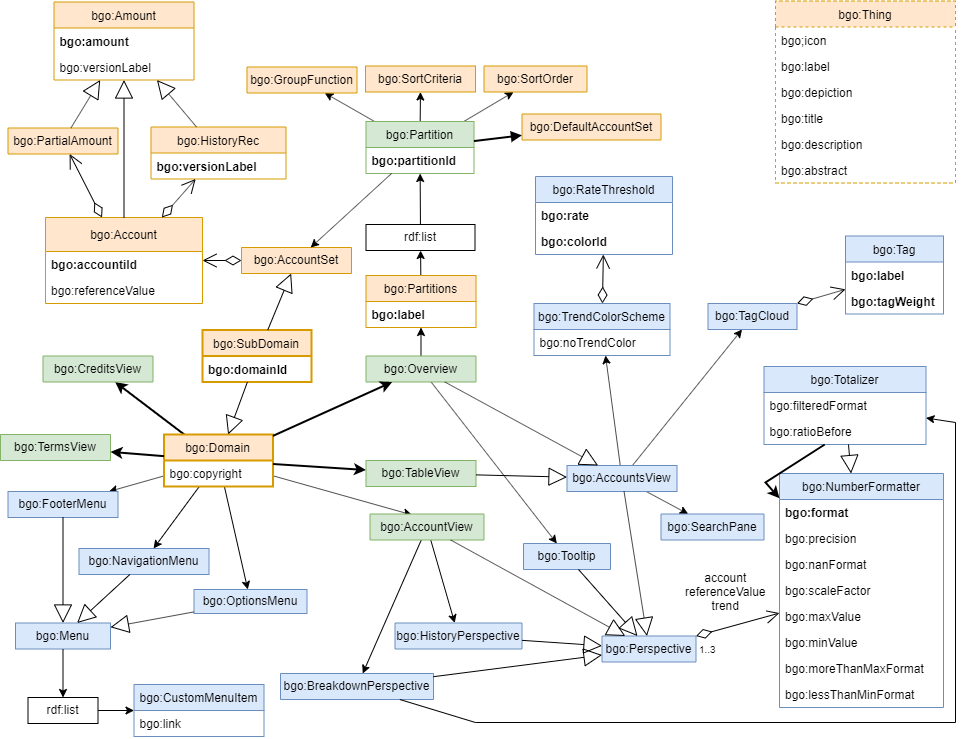
linkeddatacenter/LODMAP-ontologies keeps this draw.io diagram as v1/bgo/doc/uml-diagram.png. Above is the earlier version. Source tidied: cells renumbered, new cells last; positions are measured from the earlier drawing's top-left corner, leaving out a move shared by most shapes.
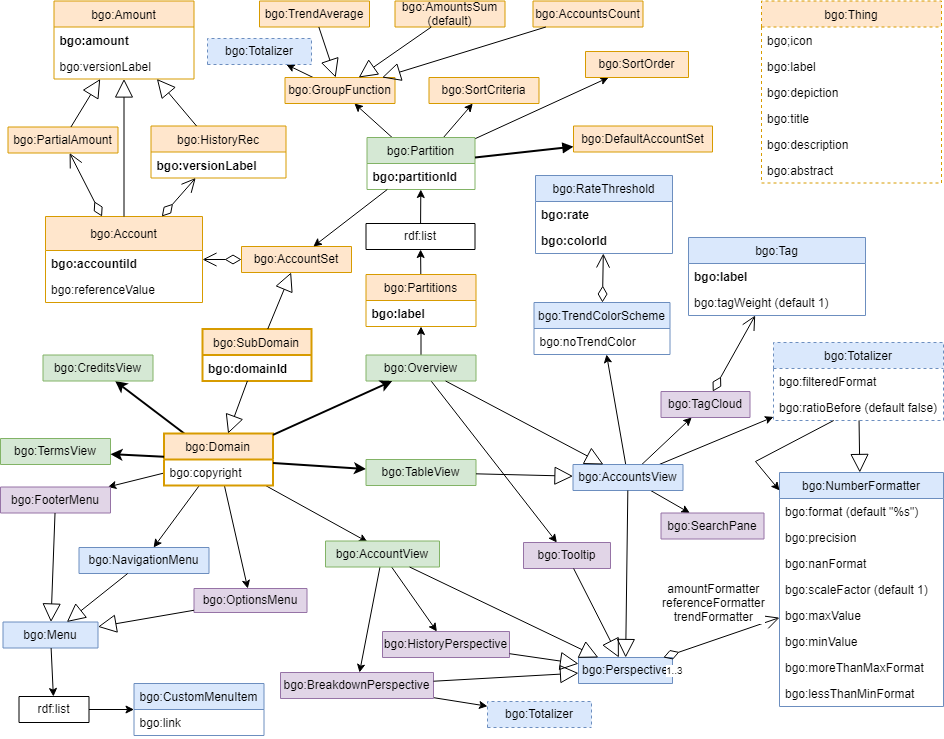
Later version of the same file.

The edit, as a diff of the source:
```diff
@@ -45,7 +45,7 @@
       <mxGeometry x="-0.05" y="-7" relative="1" as="geometry" />
     </mxCell>
     <mxCell id="16" value="bgo:Thing" style="swimlane;fontStyle=0;horizontal=1;startSize=26;fillColor=#ffe6cc;swimlaneFillColor=#ffffff;strokeColor=#d79b00;dashed=1;" parent="1" vertex="1">
-      <mxGeometry x="775" y="0.5" width="180" height="182" as="geometry" />
+      <mxGeometry x="761" y="1.5" width="180" height="182" as="geometry" />
     </mxCell>
     <mxCell id="17" value="bgo;icon" style="text;strokeColor=none;fillColor=none;align=left;verticalAlign=top;spacingLeft=4;spacingRight=4;overflow=hidden;dashed=1;" parent="16" vertex="1">
       <mxGeometry y="26" width="180" height="26" as="geometry" />
@@ -124,7 +124,7 @@
       <mxGeometry relative="1" as="geometry" />
     </mxCell>
     <mxCell id="41" value="bgo:Partition" style="swimlane;fontStyle=0;horizontal=1;startSize=26;fillColor=#d5e8d4;swimlaneFillColor=#ffffff;strokeColor=#82b366;" parent="1" vertex="1">
-      <mxGeometry x="365.5" y="121" width="108" height="52" as="geometry" />
+      <mxGeometry x="366.5" y="138" width="108" height="52" as="geometry" />
     </mxCell>
     <mxCell id="42" value="bgo:partitionId" style="text;strokeColor=none;fillColor=none;align=left;verticalAlign=top;spacingLeft=4;spacingRight=4;overflow=hidden;fontStyle=1;" parent="41" vertex="1">
       <mxGeometry y="26" width="108" height="26" as="geometry" />
@@ -135,17 +135,20 @@
     <mxCell id="44" style="html=1;align=left;verticalAlign=bottom;labelBackgroundColor=#ffffff;fontSize=10;" parent="43" vertex="1">
       <mxGeometry x="-1" relative="1" as="geometry" />
     </mxCell>
+    <mxCell id="137" style="edgeStyle=none;rounded=0;jettySize=auto;html=1;" parent="1" edge="1" source="45" target="141">
+      <mxGeometry relative="1" as="geometry" />
+    </mxCell>
     <mxCell id="45" value="bgo:GroupFunction" style="swimlane;fontStyle=0;horizontal=1;startSize=26;fillColor=#ffe6cc;swimlaneFillColor=#ffffff;strokeColor=#d79b00;" parent="1" vertex="1" collapsed="1">
-      <mxGeometry x="246.5" y="66.5" width="110" height="26" as="geometry" />
+      <mxGeometry x="284.5" y="78" width="110" height="26" as="geometry" />
     </mxCell>
     <mxCell id="46" value="bgo:SortCriteria" style="swimlane;fontStyle=0;horizontal=1;startSize=26;fillColor=#ffe6cc;swimlaneFillColor=#ffffff;strokeColor=#d79b00;" parent="1" vertex="1" collapsed="1">
-      <mxGeometry x="365" y="65.5" width="110" height="26" as="geometry" />
+      <mxGeometry x="428.5" y="78" width="110" height="26" as="geometry" />
     </mxCell>
     <mxCell id="47" value="bgo:SortOrder" style="swimlane;fontStyle=0;horizontal=1;startSize=26;fillColor=#ffe6cc;swimlaneFillColor=#ffffff;strokeColor=#d79b00;" parent="1" vertex="1" collapsed="1">
-      <mxGeometry x="483.5" y="65.5" width="103" height="26" as="geometry" />
+      <mxGeometry x="585" y="52" width="103" height="26" as="geometry" />
     </mxCell>
     <mxCell id="48" value="bgo:DefaultAccountSet" style="swimlane;fontStyle=0;horizontal=1;startSize=26;fillColor=#ffe6cc;swimlaneFillColor=#ffffff;strokeColor=#d79b00;" parent="1" vertex="1" collapsed="1">
-      <mxGeometry x="521.5" y="113.5" width="139" height="26" as="geometry" />
+      <mxGeometry x="573" y="126.5" width="139" height="26" as="geometry" />
     </mxCell>
     <mxCell id="49" style="edgeStyle=none;rounded=0;jettySize=auto;html=1;" parent="1" edge="1" source="54" target="74">
       <mxGeometry relative="1" as="geometry" />
@@ -162,29 +165,32 @@
     <mxCell id="53" style="edgeStyle=none;rounded=0;jettySize=auto;html=1;" parent="1" edge="1" source="54" target="72">
       <mxGeometry relative="1" as="geometry" />
     </mxCell>
+    <mxCell id="138" style="edgeStyle=none;rounded=0;jettySize=auto;html=1;" parent="1" edge="1" source="54" target="116">
+      <mxGeometry relative="1" as="geometry" />
+    </mxCell>
     <mxCell id="54" value="bgo:AccountsView" style="swimlane;fontStyle=0;horizontal=1;startSize=26;fillColor=#dae8fc;swimlaneFillColor=#ffffff;strokeColor=#6c8ebf;" parent="1" vertex="1" collapsed="1">
-      <mxGeometry x="566.5" y="465" width="110" height="26" as="geometry" />
+      <mxGeometry x="572.5" y="465" width="110" height="26" as="geometry" />
     </mxCell>
-    <mxCell id="55" value="bgo:HistoryPerspective" style="swimlane;fontStyle=0;horizontal=1;startSize=26;fillColor=#dae8fc;swimlaneFillColor=#ffffff;strokeColor=#6c8ebf;" parent="1" vertex="1" collapsed="1">
-      <mxGeometry x="394.5" y="622.5" width="127" height="26" as="geometry" />
+    <mxCell id="55" value="bgo:HistoryPerspective" style="swimlane;fontStyle=0;horizontal=1;startSize=26;fillColor=#e1d5e7;swimlaneFillColor=#ffffff;strokeColor=#9673a6;" parent="1" vertex="1" collapsed="1">
+      <mxGeometry x="382" y="632" width="127" height="26" as="geometry" />
     </mxCell>
     <mxCell id="56" value="bgo:CreditsView" style="swimlane;fontStyle=0;horizontal=1;startSize=26;fillColor=#d5e8d4;swimlaneFillColor=#ffffff;strokeColor=#82b366;" parent="1" vertex="1" collapsed="1">
       <mxGeometry x="42.5" y="355.5" width="110" height="26" as="geometry" />
     </mxCell>
     <mxCell id="57" value="bgo:TermsView" style="swimlane;fontStyle=0;horizontal=1;startSize=26;fillColor=#d5e8d4;swimlaneFillColor=#ffffff;strokeColor=#82b366;" parent="1" vertex="1" collapsed="1">
-      <mxGeometry y="434" width="110" height="26" as="geometry" />
+      <mxGeometry y="439" width="110" height="26" as="geometry" />
     </mxCell>
     <mxCell id="58" value="bgo:NavigationMenu" style="swimlane;fontStyle=0;horizontal=1;startSize=26;fillColor=#dae8fc;swimlaneFillColor=#ffffff;strokeColor=#6c8ebf;" parent="1" vertex="1" collapsed="1">
       <mxGeometry x="78.5" y="548" width="130" height="26" as="geometry" />
     </mxCell>
-    <mxCell id="59" value="bgo:OptionsMenu" style="swimlane;fontStyle=0;horizontal=1;startSize=26;fillColor=#dae8fc;swimlaneFillColor=#ffffff;strokeColor=#6c8ebf;" parent="1" vertex="1" collapsed="1">
+    <mxCell id="59" value="bgo:OptionsMenu" style="swimlane;fontStyle=0;horizontal=1;startSize=26;fillColor=#e1d5e7;swimlaneFillColor=#ffffff;strokeColor=#9673a6;" parent="1" vertex="1" collapsed="1">
       <mxGeometry x="193.5" y="589" width="113" height="24" as="geometry" />
     </mxCell>
-    <mxCell id="60" value="bgo:FooterMenu" style="swimlane;fontStyle=0;horizontal=1;startSize=26;fillColor=#dae8fc;swimlaneFillColor=#ffffff;strokeColor=#6c8ebf;" parent="1" vertex="1" collapsed="1">
-      <mxGeometry x="7.5" y="491" width="110" height="26" as="geometry" />
+    <mxCell id="60" value="bgo:FooterMenu" style="swimlane;fontStyle=0;horizontal=1;startSize=26;fillColor=#e1d5e7;swimlaneFillColor=#ffffff;strokeColor=#9673a6;" parent="1" vertex="1" collapsed="1">
+      <mxGeometry y="487.5" width="110" height="26" as="geometry" />
     </mxCell>
     <mxCell id="61" value="bgo:Menu" style="swimlane;fontStyle=0;horizontal=1;startSize=26;fillColor=#dae8fc;swimlaneFillColor=#ffffff;strokeColor=#6c8ebf;" parent="1" vertex="1" collapsed="1">
-      <mxGeometry x="15" y="622.5" width="95" height="26" as="geometry" />
+      <mxGeometry x="2.5" y="622.5" width="95" height="26" as="geometry" />
     </mxCell>
     <mxCell id="62" style="endArrow=block;endSize=16;endFill=0;html=1;" parent="1" edge="1" source="59" target="61">
       <mxGeometry relative="1" as="geometry" />
@@ -205,7 +211,7 @@
       <mxGeometry relative="1" as="geometry" />
     </mxCell>
     <mxCell id="68" value="rdf:list" style="swimlane;fontStyle=0;horizontal=1;startSize=26;swimlaneFillColor=#ffffff;" parent="1" vertex="1" collapsed="1">
-      <mxGeometry x="27.5" y="697" width="70" height="26" as="geometry" />
+      <mxGeometry x="18.5" y="697" width="70" height="26" as="geometry" />
     </mxCell>
     <mxCell id="69" style="rounded=0;jettySize=auto;html=1;" parent="1" edge="1" source="61" target="68">
       <mxGeometry relative="1" as="geometry" />
@@ -216,11 +222,11 @@
     <mxCell id="71" value="bgo:link" style="text;strokeColor=none;fillColor=none;align=left;verticalAlign=top;spacingLeft=4;spacingRight=4;overflow=hidden;dashed=1;" parent="70" vertex="1">
       <mxGeometry y="26" width="130" height="26" as="geometry" />
     </mxCell>
-    <mxCell id="72" value="bgo:SearchPane" style="swimlane;fontStyle=0;horizontal=1;startSize=26;fillColor=#dae8fc;swimlaneFillColor=#ffffff;strokeColor=#6c8ebf;" parent="1" vertex="1" collapsed="1">
+    <mxCell id="72" value="bgo:SearchPane" style="swimlane;fontStyle=0;horizontal=1;startSize=26;fillColor=#e1d5e7;swimlaneFillColor=#ffffff;strokeColor=#9673a6;" parent="1" vertex="1" collapsed="1">
       <mxGeometry x="660.5" y="513.5" width="103" height="26" as="geometry" />
     </mxCell>
-    <mxCell id="73" value="bgo:TagCloud" style="swimlane;fontStyle=0;horizontal=1;startSize=26;fillColor=#dae8fc;swimlaneFillColor=#ffffff;strokeColor=#6c8ebf;" parent="1" vertex="1" collapsed="1">
-      <mxGeometry x="707.5" y="303" width="89" height="26" as="geometry" />
+    <mxCell id="73" value="bgo:TagCloud" style="swimlane;fontStyle=0;horizontal=1;startSize=26;fillColor=#e1d5e7;swimlaneFillColor=#ffffff;strokeColor=#9673a6;" parent="1" vertex="1" collapsed="1">
+      <mxGeometry x="660.5" y="392" width="89" height="26" as="geometry" />
     </mxCell>
     <mxCell id="74" value="bgo:TrendColorScheme" style="swimlane;fontStyle=0;horizontal=1;startSize=26;fillColor=#dae8fc;swimlaneFillColor=#ffffff;strokeColor=#6c8ebf;" parent="1" vertex="1">
       <mxGeometry x="533.5" y="303" width="136" height="52" as="geometry" />
@@ -290,13 +296,13 @@
       <mxGeometry x="1" relative="1" as="geometry" />
     </mxCell>
     <mxCell id="95" value="bgo:Tag" style="swimlane;fontStyle=0;horizontal=1;startSize=26;fillColor=#dae8fc;swimlaneFillColor=#ffffff;strokeColor=#6c8ebf;" parent="1" vertex="1">
-      <mxGeometry x="845" y="235.5" width="98" height="78" as="geometry" />
+      <mxGeometry x="688" y="238" width="177" height="78" as="geometry" />
     </mxCell>
     <mxCell id="96" value="bgo:label" style="text;strokeColor=none;fillColor=none;align=left;verticalAlign=top;spacingLeft=4;spacingRight=4;overflow=hidden;dashed=1;fontStyle=1;" parent="95" vertex="1">
-      <mxGeometry y="26" width="98" height="26" as="geometry" />
+      <mxGeometry y="26" width="177" height="26" as="geometry" />
     </mxCell>
-    <mxCell id="97" value="bgo:tagWeight" style="text;strokeColor=none;fillColor=none;align=left;verticalAlign=top;spacingLeft=4;spacingRight=4;overflow=hidden;fontStyle=1;" parent="95" vertex="1">
-      <mxGeometry y="52" width="98" height="26" as="geometry" />
+    <mxCell id="97" value="bgo:tagWeight (default 1)" style="text;strokeColor=none;fillColor=none;align=left;verticalAlign=top;spacingLeft=4;spacingRight=4;overflow=hidden;fontStyle=0;" parent="95" vertex="1">
+      <mxGeometry y="52" width="177" height="26" as="geometry" />
     </mxCell>
     <mxCell id="98" style="endArrow=open;html=1;endSize=12;startArrow=diamondThin;startSize=14;startFill=0;" parent="1" edge="1" source="73" target="95">
       <mxGeometry relative="1" as="geometry" />
@@ -310,15 +316,18 @@
       <mxGeometry x="1" relative="1" as="geometry" />
     </mxCell>
     <mxCell id="101" value="bgo:AccountView" style="swimlane;fontStyle=0;horizontal=1;startSize=34;fillColor=#d5e8d4;swimlaneFillColor=#ffffff;strokeColor=#82b366;" parent="1" vertex="1" collapsed="1">
-      <mxGeometry x="369.5" y="513.5" width="114" height="26" as="geometry" />
+      <mxGeometry x="325" y="541.5" width="114" height="26" as="geometry" />
     </mxCell>
     <mxCell id="102" style="edgeStyle=none;rounded=0;jettySize=auto;html=1;" parent="1" edge="1" source="41" target="34">
       <mxGeometry relative="1" as="geometry" />
     </mxCell>
+    <mxCell id="139" style="edgeStyle=none;rounded=0;jettySize=auto;html=1;" parent="1" edge="1" source="103" target="140">
+      <mxGeometry relative="1" as="geometry" />
+    </mxCell>
-    <mxCell id="103" value="bgo:BreakdownPerspective" style="swimlane;fontStyle=0;horizontal=1;startSize=26;fillColor=#dae8fc;swimlaneFillColor=#ffffff;strokeColor=#6c8ebf;" parent="1" vertex="1" collapsed="1">
+    <mxCell id="103" value="bgo:BreakdownPerspective" style="swimlane;fontStyle=0;horizontal=1;startSize=26;fillColor=#e1d5e7;swimlaneFillColor=#ffffff;strokeColor=#9673a6;" parent="1" vertex="1" collapsed="1">
       <mxGeometry x="280" y="673" width="153" height="26" as="geometry" />
     </mxCell>
-    <mxCell id="104" value="bgo:Tooltip" style="swimlane;fontStyle=0;horizontal=1;startSize=34;fillColor=#dae8fc;swimlaneFillColor=#ffffff;strokeColor=#6c8ebf;" parent="1" vertex="1" collapsed="1">
+    <mxCell id="104" value="bgo:Tooltip" style="swimlane;fontStyle=0;horizontal=1;startSize=34;fillColor=#e1d5e7;swimlaneFillColor=#ffffff;strokeColor=#9673a6;" parent="1" vertex="1" collapsed="1">
       <mxGeometry x="523" y="543" width="87" height="26" as="geometry" />
     </mxCell>
     <mxCell id="105" style="edgeStyle=none;rounded=0;orthogonalLoop=1;jettySize=auto;html=1;exitX=0.75;exitY=1;exitDx=0;exitDy=0;strokeWidth=1;" parent="1" edge="1" source="73" target="73">
@@ -330,7 +339,7 @@
     <mxCell id="107" value="bgo:NumberFormatter" style="swimlane;fontStyle=0;horizontal=1;startSize=26;fillColor=#dae8fc;swimlaneFillColor=#ffffff;strokeColor=#6c8ebf;" parent="1" vertex="1">
       <mxGeometry x="779" y="473" width="164" height="234" as="geometry" />
     </mxCell>
-    <mxCell id="108" value="bgo:format" style="text;strokeColor=none;fillColor=none;align=left;verticalAlign=top;spacingLeft=4;spacingRight=4;overflow=hidden;fontStyle=1;" parent="107" vertex="1">
+    <mxCell id="108" value="bgo:format (default &quot;%s&quot;)" style="text;strokeColor=none;fillColor=none;align=left;verticalAlign=top;spacingLeft=4;spacingRight=4;overflow=hidden;fontStyle=0;" parent="107" vertex="1">
       <mxGeometry y="26" width="164" height="26" as="geometry" />
     </mxCell>
     <mxCell id="109" value="bgo:precision" style="text;strokeColor=none;fillColor=none;align=left;verticalAlign=top;spacingLeft=4;spacingRight=4;overflow=hidden;fontStyle=0;" parent="107" vertex="1">
@@ -339,7 +348,7 @@
     <mxCell id="110" value="bgo:nanFormat" style="text;strokeColor=none;fillColor=none;align=left;verticalAlign=top;spacingLeft=4;spacingRight=4;overflow=hidden;fontStyle=0;" parent="107" vertex="1">
       <mxGeometry y="78" width="164" height="26" as="geometry" />
     </mxCell>
-    <mxCell id="111" value="bgo:scaleFactor" style="text;strokeColor=none;fillColor=none;align=left;verticalAlign=top;spacingLeft=4;spacingRight=4;overflow=hidden;fontStyle=0;" parent="107" vertex="1">
+    <mxCell id="111" value="bgo:scaleFactor (default 1)" style="text;strokeColor=none;fillColor=none;align=left;verticalAlign=top;spacingLeft=4;spacingRight=4;overflow=hidden;fontStyle=0;" parent="107" vertex="1">
       <mxGeometry y="104" width="164" height="26" as="geometry" />
     </mxCell>
     <mxCell id="112" value="bgo:maxValue" style="text;strokeColor=none;fillColor=none;align=left;verticalAlign=top;spacingLeft=4;spacingRight=4;overflow=hidden;fontStyle=0;" parent="107" vertex="1">
@@ -354,29 +363,20 @@
     <mxCell id="115" value="bgo:lessThanMinFormat" style="text;strokeColor=none;fillColor=none;align=left;verticalAlign=top;spacingLeft=4;spacingRight=4;overflow=hidden;fontStyle=0;" parent="107" vertex="1">
       <mxGeometry y="208" width="164" height="26" as="geometry" />
     </mxCell>
-    <mxCell id="116" value="bgo:Totalizer" style="swimlane;fontStyle=0;horizontal=1;startSize=26;fillColor=#dae8fc;swimlaneFillColor=#ffffff;strokeColor=#6c8ebf;" parent="1" vertex="1">
-      <mxGeometry x="763.5" y="366" width="162" height="78" as="geometry" />
+    <mxCell id="116" value="bgo:Totalizer" style="swimlane;fontStyle=0;horizontal=1;startSize=26;fillColor=#dae8fc;swimlaneFillColor=#ffffff;strokeColor=#6c8ebf;dashed=1;" parent="1" vertex="1">
+      <mxGeometry x="773" y="343" width="170" height="78" as="geometry" />
     </mxCell>
     <mxCell id="117" value="bgo:filteredFormat" style="text;strokeColor=none;fillColor=none;align=left;verticalAlign=top;spacingLeft=4;spacingRight=4;overflow=hidden;fontStyle=0;" parent="116" vertex="1">
-      <mxGeometry y="26" width="162" height="26" as="geometry" />
+      <mxGeometry y="26" width="170" height="26" as="geometry" />
     </mxCell>
-    <mxCell id="118" value="bgo:ratioBefore" style="text;strokeColor=none;fillColor=none;align=left;verticalAlign=top;spacingLeft=4;spacingRight=4;overflow=hidden;points=[[0,0.5],[1,0.5]];portConstraint=eastwest;fontStyle=0;" parent="116" vertex="1">
-      <mxGeometry y="52" width="162" height="26" as="geometry" />
+    <mxCell id="118" value="bgo:ratioBefore (default false)" style="text;strokeColor=none;fillColor=none;align=left;verticalAlign=top;spacingLeft=4;spacingRight=4;overflow=hidden;points=[[0,0.5],[1,0.5]];portConstraint=eastwest;fontStyle=0;" parent="116" vertex="1">
+      <mxGeometry y="52" width="170" height="26" as="geometry" />
     </mxCell>
     <mxCell id="119" style="endArrow=block;endSize=16;endFill=0;html=1;" parent="1" edge="1" source="116" target="107">
       <mxGeometry relative="1" as="geometry" />
     </mxCell>
-    <mxCell id="120" style="edgeStyle=none;rounded=0;jettySize=auto;html=1;" parent="1" edge="1" source="103" target="116">
-      <mxGeometry relative="1" as="geometry">
-        <Array as="points">
-          <mxPoint x="475" y="722" />
-          <mxPoint x="955" y="722" />
-          <mxPoint x="955" y="422" />
-        </Array>
-      </mxGeometry>
-    </mxCell>
     <mxCell id="121" value="bgo:Perspective" style="swimlane;fontStyle=0;horizontal=1;startSize=34;fillColor=#dae8fc;swimlaneFillColor=#ffffff;strokeColor=#6c8ebf;" parent="1" vertex="1" collapsed="1">
-      <mxGeometry x="601.5" y="635.5" width="94" height="26" as="geometry" />
+      <mxGeometry x="578" y="658" width="94" height="26" as="geometry" />
     </mxCell>
     <mxCell id="122" style="endArrow=block;endSize=16;endFill=0;html=1;" parent="1" edge="1" source="103" target="121">
       <mxGeometry relative="1" as="geometry" />
@@ -399,7 +399,7 @@
     <mxCell id="128" style="html=1;align=right;verticalAlign=top;labelBackgroundColor=#ffffff;fontSize=10;" parent="126" vertex="1">
       <mxGeometry x="1" relative="1" as="geometry" />
     </mxCell>
-    <mxCell id="129" value="account&lt;br&gt;referenceValue&lt;br&gt;trend" style="text;html=1;align=center;verticalAlign=middle;labelBackgroundColor=#ffffff;" parent="126" vertex="1">
+    <mxCell id="129" value="amountFormatter&lt;br&gt;referenceFormatter&lt;br&gt;trendFormatter" style="text;html=1;align=center;verticalAlign=middle;labelBackgroundColor=#ffffff;" parent="126" vertex="1">
       <mxGeometry x="0.2" y="-4" relative="1" as="geometry">
         <mxPoint x="-21.5" y="-35" as="offset" />
       </mxGeometry>
@@ -407,10 +407,10 @@
     <mxCell id="130" style="edgeStyle=none;rounded=0;orthogonalLoop=1;jettySize=auto;html=1;exitX=0.5;exitY=0;exitDx=0;exitDy=0;strokeWidth=2;" parent="1" edge="1" source="107" target="107">
       <mxGeometry relative="1" as="geometry" />
     </mxCell>
-    <mxCell id="131" style="edgeStyle=none;rounded=0;jettySize=auto;html=1;strokeWidth=2;" parent="1" edge="1" source="118" target="107">
+    <mxCell id="131" style="edgeStyle=none;rounded=0;jettySize=auto;html=1;strokeWidth=1;" parent="1" edge="1" source="118" target="107">
       <mxGeometry relative="1" as="geometry">
         <Array as="points">
-          <mxPoint x="765" y="482" />
+          <mxPoint x="755" y="462" />
         </Array>
       </mxGeometry>
     </mxCell>
@@ -429,5 +429,29 @@
     <mxCell id="136" style="endArrow=block;endSize=16;endFill=0;html=1;" parent="1" edge="1" source="54" target="121">
       <mxGeometry relative="1" as="geometry" />
     </mxCell>
+    <mxCell id="140" value="bgo:Totalizer" style="swimlane;fontStyle=0;horizontal=1;startSize=26;fillColor=#dae8fc;swimlaneFillColor=#ffffff;strokeColor=#6c8ebf;dashed=1;" parent="1" vertex="1" collapsed="1">
+      <mxGeometry x="487" y="702" width="104" height="26" as="geometry" />
+    </mxCell>
+    <mxCell id="141" value="bgo:Totalizer" style="swimlane;fontStyle=0;horizontal=1;startSize=26;fillColor=#dae8fc;swimlaneFillColor=#ffffff;strokeColor=#6c8ebf;dashed=1;" parent="1" vertex="1" collapsed="1">
+      <mxGeometry x="207" y="39" width="104" height="26" as="geometry" />
+    </mxCell>
+    <mxCell id="142" value="bgo:TrendAverage" style="swimlane;fontStyle=0;horizontal=1;startSize=26;fillColor=#ffe6cc;swimlaneFillColor=#ffffff;strokeColor=#d79b00;" parent="1" vertex="1" collapsed="1">
+      <mxGeometry x="259" y="1.5" width="110" height="26" as="geometry" />
+    </mxCell>
+    <mxCell id="143" style="endArrow=block;endSize=16;endFill=0;html=1;" parent="1" edge="1" source="142" target="45">
+      <mxGeometry x="-0.05" y="-7" relative="1" as="geometry" />
+    </mxCell>
+    <mxCell id="144" value="bgo:AmountsSum&#10;(default)" style="swimlane;fontStyle=0;horizontal=1;startSize=26;fillColor=#ffe6cc;swimlaneFillColor=#ffffff;strokeColor=#d79b00;" parent="1" vertex="1" collapsed="1">
+      <mxGeometry x="394.5" y="1.5" width="110" height="26" as="geometry" />
+    </mxCell>
+    <mxCell id="145" value="bgo:AccountsCount" style="swimlane;fontStyle=0;horizontal=1;startSize=26;fillColor=#ffe6cc;swimlaneFillColor=#ffffff;strokeColor=#d79b00;" parent="1" vertex="1" collapsed="1">
+      <mxGeometry x="532.5" y="1.5" width="110" height="26" as="geometry" />
+    </mxCell>
+    <mxCell id="146" style="endArrow=block;endSize=16;endFill=0;html=1;" parent="1" edge="1" source="144" target="45">
+      <mxGeometry x="-0.05" y="-7" relative="1" as="geometry" />
+    </mxCell>
+    <mxCell id="147" style="endArrow=block;endSize=16;endFill=0;html=1;" parent="1" edge="1" source="145" target="45">
+      <mxGeometry x="-0.05" y="-7" relative="1" as="geometry" />
+    </mxCell>
   </root>
 </mxGraphModel>
```
